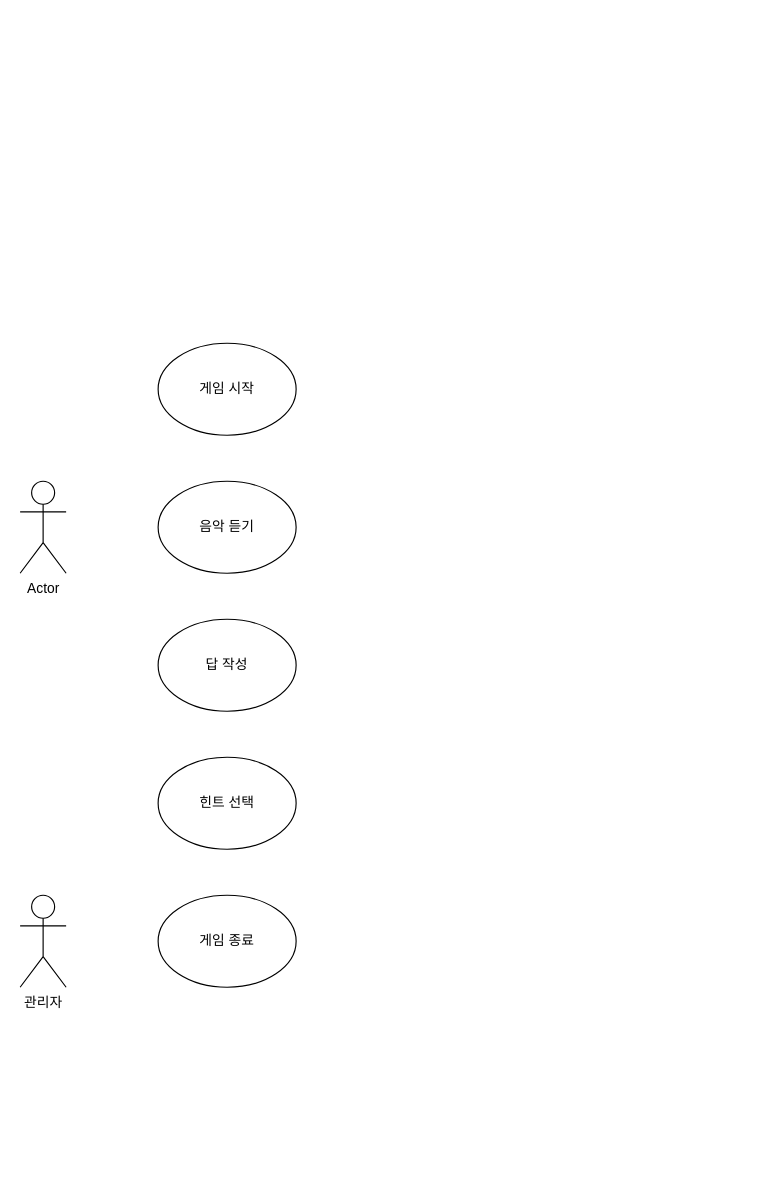
Above: 유스케이스.drawio in 2024-SMHRD-SW-Fullstack-1/CDE-Markect (draw.io), before the change. Source tidied: cells renumbered, new cells numbered last; positions are measured from the earlier drawing's top-left corner, leaving out a move shared by most shapes. Both pictures are drawn from the tidied source at 115%, with x=0, y=0 at pixel (20, 343).
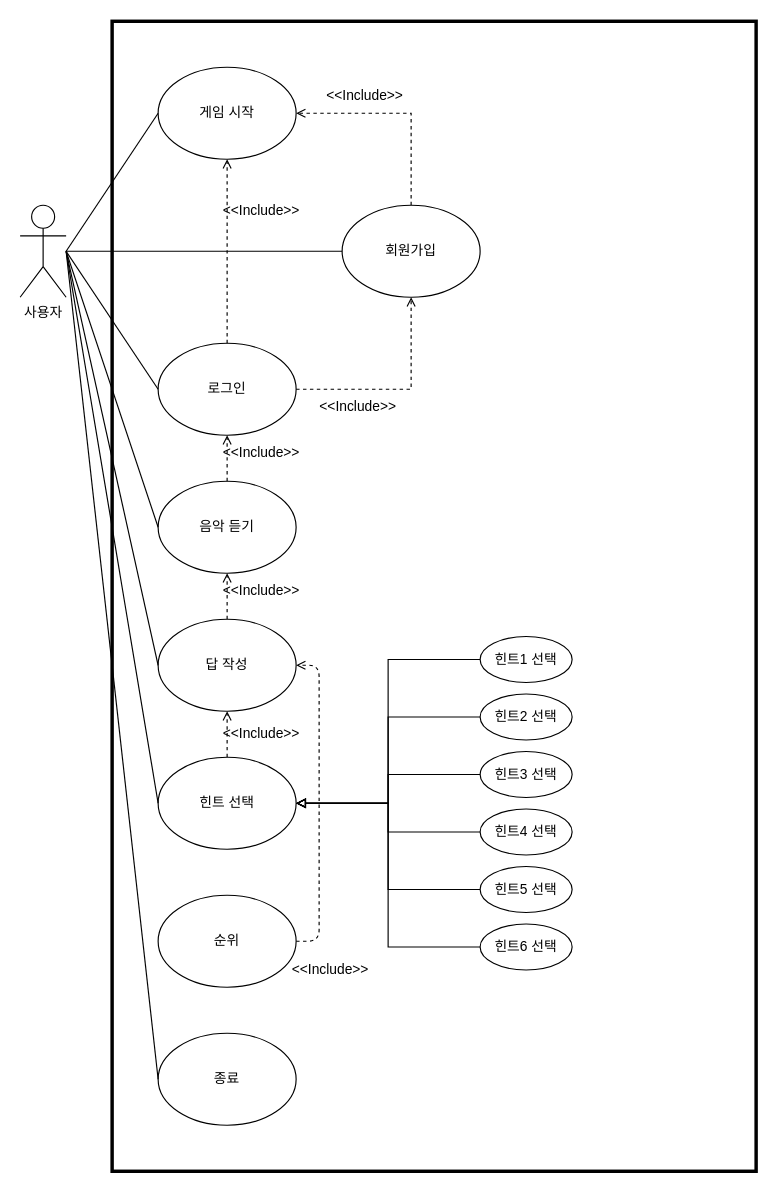
The same diagram, later.

Commit message:
미니프로젝트

Unchanged cells that the change refers to:
```xml
<mxCell id="3" value="음악 듣기" style="ellipse;whiteSpace=wrap;html=1;" parent="1" vertex="1">
  <mxGeometry x="120" y="120" width="120" height="80" as="geometry" />
</mxCell>
<mxCell id="4" value="답 작성" style="ellipse;whiteSpace=wrap;html=1;" parent="1" vertex="1">
  <mxGeometry x="120" y="240" width="120" height="80" as="geometry" />
</mxCell>
<mxCell id="5" value="힌트 선택" style="ellipse;whiteSpace=wrap;html=1;" parent="1" vertex="1">
  <mxGeometry x="120" y="360" width="120" height="80" as="geometry" />
</mxCell>
```

Change to the diagram source:
```diff
@@
+    <mxCell id="9" style="rounded=0;whiteSpace=wrap;html=1;fillColor=none;strokeWidth=3;" parent="1" vertex="1">
+      <mxGeometry x="80" y="-280" width="560" height="1000" as="geometry" />
+    </mxCell>
-    <mxCell id="2" value="Actor" style="shape=umlActor;verticalLabelPosition=bottom;verticalAlign=top;html=1;" parent="1" vertex="1">
-      <mxGeometry y="120" width="40" height="80" as="geometry" />
+    <mxCell id="2" value="사용자" style="shape=umlActor;verticalLabelPosition=bottom;verticalAlign=top;html=1;" parent="1" vertex="1">
+      <mxGeometry y="-120" width="40" height="80" as="geometry" />
     </mxCell>
@@
+    <mxCell id="10" style="edgeStyle=orthogonalEdgeStyle;rounded=0;jettySize=auto;html=1;exitX=0.5;exitY=0;exitDx=0;exitDy=0;dashed=1;endArrow=open;endFill=0;" parent="1" edge="1" source="4" target="3">
+      <mxGeometry relative="1" as="geometry" />
+    </mxCell>
@@
+    <mxCell id="11" style="edgeStyle=orthogonalEdgeStyle;rounded=0;jettySize=auto;html=1;exitX=0.5;exitY=0;exitDx=0;exitDy=0;entryX=0.5;entryY=1;entryDx=0;entryDy=0;dashed=1;endArrow=open;endFill=0;" parent="1" edge="1" source="5" target="4">
+      <mxGeometry relative="1" as="geometry" />
+    </mxCell>
@@
+    <mxCell id="12" style="edgeStyle=orthogonalEdgeStyle;rounded=1;jettySize=auto;html=1;exitX=1;exitY=0.5;exitDx=0;exitDy=0;entryX=1;entryY=0.5;entryDx=0;entryDy=0;curved=0;dashed=1;endArrow=open;endFill=0;" parent="1" edge="1" source="6" target="4">
+      <mxGeometry relative="1" as="geometry" />
+    </mxCell>
-    <mxCell id="6" value="게임 종료" style="ellipse;whiteSpace=wrap;html=1;" parent="1" vertex="1">
+    <mxCell id="6" value="순위" style="ellipse;whiteSpace=wrap;html=1;" parent="1" vertex="1">
       <mxGeometry x="120" y="480" width="120" height="80" as="geometry" />
     </mxCell>
+    <mxCell id="13" style="edgeStyle=orthogonalEdgeStyle;rounded=0;jettySize=auto;html=1;exitX=0.5;exitY=0;exitDx=0;exitDy=0;entryX=1;entryY=0.5;entryDx=0;entryDy=0;dashed=1;endArrow=open;endFill=0;" parent="1" edge="1" source="7" target="14">
+      <mxGeometry relative="1" as="geometry" />
+    </mxCell>
-    <mxCell id="7" value="게임 시작" style="ellipse;whiteSpace=wrap;html=1;" parent="1" vertex="1">
-      <mxGeometry x="120" width="120" height="80" as="geometry" />
+    <mxCell id="7" value="회원가입" style="ellipse;whiteSpace=wrap;html=1;" parent="1" vertex="1">
+      <mxGeometry x="280" y="-120" width="120" height="80" as="geometry" />
     </mxCell>
-    <mxCell id="8" value="관리자" style="shape=umlActor;verticalLabelPosition=bottom;verticalAlign=top;html=1;" parent="1" vertex="1">
-      <mxGeometry y="480" width="40" height="80" as="geometry" />
-    </mxCell>
+    <mxCell id="14" value="게임 시작" style="ellipse;whiteSpace=wrap;html=1;" parent="1" vertex="1">
+      <mxGeometry x="120" y="-240" width="120" height="80" as="geometry" />
+    </mxCell>
+    <mxCell id="15" value="종료" style="ellipse;whiteSpace=wrap;html=1;" parent="1" vertex="1">
+      <mxGeometry x="120" y="600" width="120" height="80" as="geometry" />
+    </mxCell>
+    <mxCell id="16" style="endArrow=none;html=1;rounded=0;entryX=0;entryY=0.5;entryDx=0;entryDy=0;endFill=0;" parent="1" edge="1" target="3">
+      <mxGeometry relative="1" as="geometry">
+        <mxPoint x="40" y="-80" as="sourcePoint" />
+      </mxGeometry>
+    </mxCell>
+    <mxCell id="17" style="endArrow=none;html=1;rounded=0;entryX=0;entryY=0.5;entryDx=0;entryDy=0;endFill=0;" parent="1" edge="1" target="4">
+      <mxGeometry relative="1" as="geometry">
+        <mxPoint x="40" y="-80" as="sourcePoint" />
+      </mxGeometry>
+    </mxCell>
+    <mxCell id="18" style="endArrow=none;html=1;rounded=0;entryX=0;entryY=0.5;entryDx=0;entryDy=0;endFill=0;" parent="1" edge="1" target="5">
+      <mxGeometry relative="1" as="geometry">
+        <mxPoint x="40" y="-80" as="sourcePoint" />
+      </mxGeometry>
+    </mxCell>
+    <mxCell id="19" style="endArrow=none;html=1;rounded=0;entryX=0;entryY=0.5;entryDx=0;entryDy=0;" parent="1" edge="1" target="14">
+      <mxGeometry relative="1" as="geometry">
+        <mxPoint x="40" y="-80" as="sourcePoint" />
+      </mxGeometry>
+    </mxCell>
+    <mxCell id="20" value="힌트1 선택" style="ellipse;whiteSpace=wrap;html=1;" parent="1" vertex="1">
+      <mxGeometry x="400" y="255" width="80" height="40" as="geometry" />
+    </mxCell>
+    <mxCell id="21" value="힌트2 선택" style="ellipse;whiteSpace=wrap;html=1;" parent="1" vertex="1">
+      <mxGeometry x="400" y="305" width="80" height="40" as="geometry" />
+    </mxCell>
+    <mxCell id="22" value="힌트3 선택" style="ellipse;whiteSpace=wrap;html=1;" parent="1" vertex="1">
+      <mxGeometry x="400" y="355" width="80" height="40" as="geometry" />
+    </mxCell>
+    <mxCell id="23" value="힌트4 선택" style="ellipse;whiteSpace=wrap;html=1;" parent="1" vertex="1">
+      <mxGeometry x="400" y="405" width="80" height="40" as="geometry" />
+    </mxCell>
+    <mxCell id="24" value="힌트6 선택" style="ellipse;whiteSpace=wrap;html=1;" parent="1" vertex="1">
+      <mxGeometry x="400" y="505" width="80" height="40" as="geometry" />
+    </mxCell>
+    <mxCell id="25" value="힌트5 선택" style="ellipse;whiteSpace=wrap;html=1;" parent="1" vertex="1">
+      <mxGeometry x="400" y="455" width="80" height="40" as="geometry" />
+    </mxCell>
+    <mxCell id="26" style="endArrow=block;html=1;rounded=0;exitX=0;exitY=0.5;exitDx=0;exitDy=0;entryX=1;entryY=0.5;entryDx=0;entryDy=0;endFill=0;edgeStyle=orthogonalEdgeStyle;" parent="1" edge="1" source="20" target="5">
+      <mxGeometry relative="1" as="geometry" />
+    </mxCell>
+    <mxCell id="27" style="endArrow=block;html=1;rounded=0;exitX=0;exitY=0.5;exitDx=0;exitDy=0;endFill=0;entryX=1;entryY=0.5;entryDx=0;entryDy=0;edgeStyle=orthogonalEdgeStyle;" parent="1" edge="1" source="22" target="5">
+      <mxGeometry relative="1" as="geometry" />
+    </mxCell>
+    <mxCell id="28" style="endArrow=block;html=1;rounded=0;exitX=0;exitY=0.5;exitDx=0;exitDy=0;endFill=0;entryX=1;entryY=0.5;entryDx=0;entryDy=0;edgeStyle=orthogonalEdgeStyle;" parent="1" edge="1" source="23" target="5">
+      <mxGeometry relative="1" as="geometry" />
+    </mxCell>
+    <mxCell id="29" style="endArrow=block;html=1;rounded=0;exitX=0;exitY=0.5;exitDx=0;exitDy=0;endFill=0;entryX=1;entryY=0.5;entryDx=0;entryDy=0;edgeStyle=orthogonalEdgeStyle;" parent="1" edge="1" source="21" target="5">
+      <mxGeometry relative="1" as="geometry" />
+    </mxCell>
+    <mxCell id="30" style="endArrow=block;html=1;rounded=0;exitX=0;exitY=0.5;exitDx=0;exitDy=0;endFill=0;edgeStyle=orthogonalEdgeStyle;" parent="1" edge="1" source="25">
+      <mxGeometry relative="1" as="geometry">
+        <mxPoint x="240" y="400" as="targetPoint" />
+        <Array as="points">
+          <mxPoint x="320" y="475" />
+          <mxPoint x="320" y="400" />
+        </Array>
+      </mxGeometry>
+    </mxCell>
+    <mxCell id="31" style="endArrow=block;html=1;rounded=0;exitX=0;exitY=0.5;exitDx=0;exitDy=0;endFill=0;edgeStyle=orthogonalEdgeStyle;" parent="1" edge="1" source="24" target="5">
+      <mxGeometry relative="1" as="geometry">
+        <Array as="points">
+          <mxPoint x="320" y="525" />
+          <mxPoint x="320" y="400" />
+        </Array>
+      </mxGeometry>
+    </mxCell>
+    <mxCell id="32" style="endArrow=none;html=1;rounded=0;entryX=0;entryY=0.5;entryDx=0;entryDy=0;" parent="1" edge="1" target="15">
+      <mxGeometry relative="1" as="geometry">
+        <mxPoint x="40" y="-80" as="sourcePoint" />
+      </mxGeometry>
+    </mxCell>
+    <mxCell id="33" value="로그인" style="ellipse;whiteSpace=wrap;html=1;" parent="1" vertex="1">
+      <mxGeometry x="120" width="120" height="80" as="geometry" />
+    </mxCell>
+    <mxCell id="34" style="endArrow=open;html=1;rounded=0;exitX=0.5;exitY=0;exitDx=0;exitDy=0;entryX=0.5;entryY=1;entryDx=0;entryDy=0;edgeStyle=orthogonalEdgeStyle;dashed=1;endFill=0;" parent="1" edge="1" source="3" target="33">
+      <mxGeometry relative="1" as="geometry" />
+    </mxCell>
+    <mxCell id="35" style="endArrow=none;html=1;rounded=0;entryX=0;entryY=0.5;entryDx=0;entryDy=0;" parent="1" edge="1" target="7">
+      <mxGeometry relative="1" as="geometry">
+        <mxPoint x="40" y="-80" as="sourcePoint" />
+      </mxGeometry>
+    </mxCell>
+    <mxCell id="36" style="endArrow=open;html=1;rounded=0;entryX=0.5;entryY=1;entryDx=0;entryDy=0;dashed=1;endFill=0;edgeStyle=orthogonalEdgeStyle;exitX=1;exitY=0.5;exitDx=0;exitDy=0;" parent="1" edge="1" source="33" target="7">
+      <mxGeometry relative="1" as="geometry" />
+    </mxCell>
+    <mxCell id="37" style="endArrow=none;html=1;rounded=0;entryX=0;entryY=0.5;entryDx=0;entryDy=0;" parent="1" edge="1" target="33">
+      <mxGeometry relative="1" as="geometry">
+        <mxPoint x="40" y="-80" as="sourcePoint" />
+      </mxGeometry>
+    </mxCell>
+    <mxCell id="38" value="&amp;lt;&amp;lt;Include&amp;gt;&amp;gt;" style="text;html=1;align=center;verticalAlign=middle;whiteSpace=wrap;rounded=0;" parent="1" vertex="1">
+      <mxGeometry x="270" y="-230" width="60" height="30" as="geometry" />
+    </mxCell>
+    <mxCell id="39" value="&amp;lt;&amp;lt;Include&amp;gt;&amp;gt;" style="text;html=1;align=center;verticalAlign=middle;whiteSpace=wrap;rounded=0;" parent="1" vertex="1">
+      <mxGeometry x="264" y="40" width="60" height="30" as="geometry" />
+    </mxCell>
+    <mxCell id="40" value="&amp;lt;&amp;lt;Include&amp;gt;&amp;gt;" style="text;html=1;align=center;verticalAlign=middle;whiteSpace=wrap;rounded=0;" parent="1" vertex="1">
+      <mxGeometry x="180" y="80" width="60" height="30" as="geometry" />
+    </mxCell>
+    <mxCell id="41" value="&amp;lt;&amp;lt;Include&amp;gt;&amp;gt;" style="text;html=1;align=center;verticalAlign=middle;whiteSpace=wrap;rounded=0;" parent="1" vertex="1">
+      <mxGeometry x="180" y="200" width="60" height="30" as="geometry" />
+    </mxCell>
+    <mxCell id="42" value="&amp;lt;&amp;lt;Include&amp;gt;&amp;gt;" style="text;html=1;align=center;verticalAlign=middle;whiteSpace=wrap;rounded=0;" parent="1" vertex="1">
+      <mxGeometry x="180" y="325" width="60" height="30" as="geometry" />
+    </mxCell>
+    <mxCell id="43" value="&amp;lt;&amp;lt;Include&amp;gt;&amp;gt;" style="text;html=1;align=center;verticalAlign=middle;whiteSpace=wrap;rounded=0;" parent="1" vertex="1">
+      <mxGeometry x="240" y="530" width="60" height="30" as="geometry" />
+    </mxCell>
+    <mxCell id="44" style="endArrow=open;html=1;rounded=0;exitX=0.5;exitY=0;exitDx=0;exitDy=0;dashed=1;endFill=0;" parent="1" edge="1" source="33" target="14">
+      <mxGeometry relative="1" as="geometry" />
+    </mxCell>
+    <mxCell id="45" value="&amp;lt;&amp;lt;Include&amp;gt;&amp;gt;" style="text;html=1;align=center;verticalAlign=middle;whiteSpace=wrap;rounded=0;" parent="1" vertex="1">
+      <mxGeometry x="180" y="-130" width="60" height="30" as="geometry" />
+    </mxCell>
```
